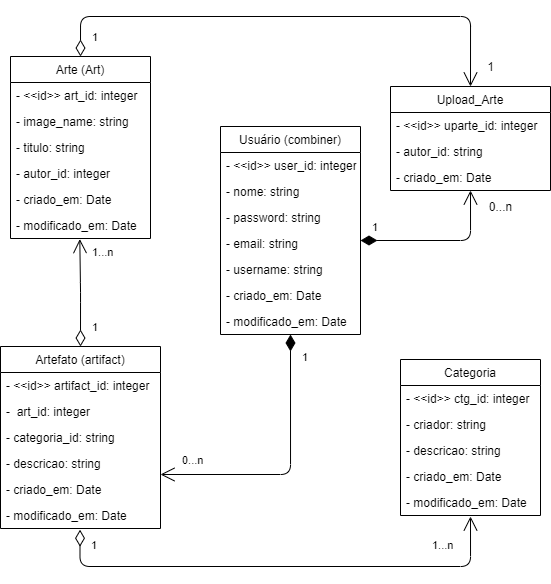
JoaoPGoes/combine keeps this draw.io diagram as resources/combine-uml.png. Above is the earlier version. Source tidied: cells renumbered, new cells last; positions are measured from the earlier drawing's top-left corner, leaving out a move shared by most shapes. Source of this version:
```xml
<mxGraphModel>
  <root>
    <mxCell id="0" />
    <mxCell id="1" parent="0" />
    <mxCell id="2" value="Usuário (combiner)" style="swimlane;fontStyle=0;horizontal=1;startSize=26;fillColor=none;" parent="1" vertex="1">
      <mxGeometry x="220" y="110" width="140" height="208" as="geometry" />
    </mxCell>
    <mxCell id="3" value="- &lt;&lt;id&gt;&gt; user_id: integer" style="text;strokeColor=none;fillColor=none;align=left;verticalAlign=top;spacingLeft=4;spacingRight=4;overflow=hidden;" parent="2" vertex="1">
      <mxGeometry y="26" width="140" height="26" as="geometry" />
    </mxCell>
    <mxCell id="4" value="- nome: string" style="text;strokeColor=none;fillColor=none;align=left;verticalAlign=top;spacingLeft=4;spacingRight=4;overflow=hidden;" parent="2" vertex="1">
      <mxGeometry y="52" width="140" height="26" as="geometry" />
    </mxCell>
    <mxCell id="5" value="- password: string" style="text;strokeColor=none;fillColor=none;align=left;verticalAlign=top;spacingLeft=4;spacingRight=4;overflow=hidden;" parent="2" vertex="1">
      <mxGeometry y="78" width="140" height="26" as="geometry" />
    </mxCell>
    <mxCell id="6" value="- email: string" style="text;strokeColor=none;fillColor=none;align=left;verticalAlign=top;spacingLeft=4;spacingRight=4;overflow=hidden;" parent="2" vertex="1">
      <mxGeometry y="104" width="140" height="26" as="geometry" />
    </mxCell>
    <mxCell id="7" value="- username: string" style="text;strokeColor=none;fillColor=none;align=left;verticalAlign=top;spacingLeft=4;spacingRight=4;overflow=hidden;" parent="2" vertex="1">
      <mxGeometry y="130" width="140" height="26" as="geometry" />
    </mxCell>
    <mxCell id="8" value="- criado_em: Date" style="text;strokeColor=none;fillColor=none;align=left;verticalAlign=top;spacingLeft=4;spacingRight=4;overflow=hidden;" parent="2" vertex="1">
      <mxGeometry y="156" width="140" height="26" as="geometry" />
    </mxCell>
    <mxCell id="9" value="- modificado_em: Date" style="text;strokeColor=none;fillColor=none;align=left;verticalAlign=top;spacingLeft=4;spacingRight=4;overflow=hidden;" parent="2" vertex="1">
      <mxGeometry y="182" width="140" height="26" as="geometry" />
    </mxCell>
    <mxCell id="10" value="Artefato (artifact)" style="swimlane;fontStyle=0;horizontal=1;startSize=26;fillColor=none;" parent="1" vertex="1">
      <mxGeometry y="330" width="160" height="182" as="geometry" />
    </mxCell>
    <mxCell id="11" value="- &lt;&lt;id&gt;&gt; artifact_id: integer" style="text;strokeColor=none;fillColor=none;align=left;verticalAlign=top;spacingLeft=4;spacingRight=4;overflow=hidden;" parent="10" vertex="1">
      <mxGeometry y="26" width="160" height="26" as="geometry" />
    </mxCell>
    <mxCell id="12" value="-  art_id: integer" style="text;strokeColor=none;fillColor=none;align=left;verticalAlign=top;spacingLeft=4;spacingRight=4;overflow=hidden;" parent="10" vertex="1">
      <mxGeometry y="52" width="160" height="26" as="geometry" />
    </mxCell>
    <mxCell id="13" value="- categoria_id: string" style="text;strokeColor=none;fillColor=none;align=left;verticalAlign=top;spacingLeft=4;spacingRight=4;overflow=hidden;" parent="10" vertex="1">
      <mxGeometry y="78" width="160" height="26" as="geometry" />
    </mxCell>
    <mxCell id="14" value="- descricao: string" style="text;strokeColor=none;fillColor=none;align=left;verticalAlign=top;spacingLeft=4;spacingRight=4;overflow=hidden;" parent="10" vertex="1">
      <mxGeometry y="104" width="160" height="26" as="geometry" />
    </mxCell>
    <mxCell id="15" value="- criado_em: Date" style="text;strokeColor=none;fillColor=none;align=left;verticalAlign=top;spacingLeft=4;spacingRight=4;overflow=hidden;" parent="10" vertex="1">
      <mxGeometry y="130" width="160" height="26" as="geometry" />
    </mxCell>
    <mxCell id="16" value="- modificado_em: Date" style="text;strokeColor=none;fillColor=none;align=left;verticalAlign=top;spacingLeft=4;spacingRight=4;overflow=hidden;points=[[0,0.5],[1,0.5]];portConstraint=eastwest;" parent="10" vertex="1">
      <mxGeometry y="156" width="160" height="26" as="geometry" />
    </mxCell>
    <mxCell id="17" value="Categoria" style="swimlane;fontStyle=0;horizontal=1;startSize=26;fillColor=none;" parent="1" vertex="1">
      <mxGeometry x="400" y="343" width="140" height="156" as="geometry" />
    </mxCell>
    <mxCell id="18" value="- &lt;&lt;id&gt;&gt; ctg_id: integer" style="text;strokeColor=none;fillColor=none;align=left;verticalAlign=top;spacingLeft=4;spacingRight=4;overflow=hidden;" parent="17" vertex="1">
      <mxGeometry y="26" width="140" height="26" as="geometry" />
    </mxCell>
    <mxCell id="19" value="- criador: string" style="text;strokeColor=none;fillColor=none;align=left;verticalAlign=top;spacingLeft=4;spacingRight=4;overflow=hidden;" parent="17" vertex="1">
      <mxGeometry y="52" width="140" height="26" as="geometry" />
    </mxCell>
    <mxCell id="20" value="- descricao: string" style="text;strokeColor=none;fillColor=none;align=left;verticalAlign=top;spacingLeft=4;spacingRight=4;overflow=hidden;" parent="17" vertex="1">
      <mxGeometry y="78" width="140" height="26" as="geometry" />
    </mxCell>
    <mxCell id="21" value="- criado_em: Date" style="text;strokeColor=none;fillColor=none;align=left;verticalAlign=top;spacingLeft=4;spacingRight=4;overflow=hidden;" parent="17" vertex="1">
      <mxGeometry y="104" width="140" height="26" as="geometry" />
    </mxCell>
    <mxCell id="22" value="- modificado_em: Date" style="text;strokeColor=none;fillColor=none;align=left;verticalAlign=top;spacingLeft=4;spacingRight=4;overflow=hidden;" parent="17" vertex="1">
      <mxGeometry y="130" width="140" height="26" as="geometry" />
    </mxCell>
    <mxCell id="23" value="Arte (Art)" style="swimlane;fontStyle=0;horizontal=1;startSize=26;fillColor=none;" parent="1" vertex="1">
      <mxGeometry x="10" y="40" width="140" height="182" as="geometry" />
    </mxCell>
    <mxCell id="24" value="- &lt;&lt;id&gt;&gt; art_id: integer" style="text;strokeColor=none;fillColor=none;align=left;verticalAlign=top;spacingLeft=4;spacingRight=4;overflow=hidden;" parent="23" vertex="1">
      <mxGeometry y="26" width="140" height="26" as="geometry" />
    </mxCell>
    <mxCell id="25" value="- image_name: string" style="text;strokeColor=none;fillColor=none;align=left;verticalAlign=top;spacingLeft=4;spacingRight=4;overflow=hidden;" parent="23" vertex="1">
      <mxGeometry y="52" width="140" height="26" as="geometry" />
    </mxCell>
    <mxCell id="26" value="- titulo: string" style="text;strokeColor=none;fillColor=none;align=left;verticalAlign=top;spacingLeft=4;spacingRight=4;overflow=hidden;" parent="23" vertex="1">
      <mxGeometry y="78" width="140" height="26" as="geometry" />
    </mxCell>
    <mxCell id="27" value="- autor_id: integer" style="text;strokeColor=none;fillColor=none;align=left;verticalAlign=top;spacingLeft=4;spacingRight=4;overflow=hidden;" parent="23" vertex="1">
      <mxGeometry y="104" width="140" height="26" as="geometry" />
    </mxCell>
    <mxCell id="28" value="- criado_em: Date" style="text;strokeColor=none;fillColor=none;align=left;verticalAlign=top;spacingLeft=4;spacingRight=4;overflow=hidden;" parent="23" vertex="1">
      <mxGeometry y="130" width="140" height="26" as="geometry" />
    </mxCell>
    <mxCell id="29" value="- modificado_em: Date" style="text;strokeColor=none;fillColor=none;align=left;verticalAlign=top;spacingLeft=4;spacingRight=4;overflow=hidden;points=[[0,0.5],[1,0.5]];portConstraint=eastwest;" parent="23" vertex="1">
      <mxGeometry y="156" width="140" height="26" as="geometry" />
    </mxCell>
    <mxCell id="30" value="Upload_Arte" style="swimlane;fontStyle=0;horizontal=1;startSize=26;fillColor=none;" parent="1" vertex="1">
      <mxGeometry x="390" y="70" width="160" height="104" as="geometry" />
    </mxCell>
    <mxCell id="31" value="- &lt;&lt;id&gt;&gt; uparte_id: integer" style="text;strokeColor=none;fillColor=none;align=left;verticalAlign=top;spacingLeft=4;spacingRight=4;overflow=hidden;" parent="30" vertex="1">
      <mxGeometry y="26" width="160" height="26" as="geometry" />
    </mxCell>
    <mxCell id="32" value="- autor_id: string" style="text;strokeColor=none;fillColor=none;align=left;verticalAlign=top;spacingLeft=4;spacingRight=4;overflow=hidden;" parent="30" vertex="1">
      <mxGeometry y="52" width="160" height="26" as="geometry" />
    </mxCell>
    <mxCell id="33" value="- criado_em: Date" style="text;strokeColor=none;fillColor=none;align=left;verticalAlign=top;spacingLeft=4;spacingRight=4;overflow=hidden;" parent="30" vertex="1">
      <mxGeometry y="78" width="160" height="26" as="geometry" />
    </mxCell>
    <mxCell id="34" value="1" style="endArrow=open;html=1;endSize=12;startArrow=diamondThin;startSize=14;startFill=0;edgeStyle=orthogonalEdgeStyle;align=left;verticalAlign=bottom;exitX=0.497;exitY=1.047;exitDx=0;exitDy=0;exitPerimeter=0;" parent="1" edge="1" source="16">
      <mxGeometry x="-0.9" y="10" relative="1" as="geometry">
        <mxPoint x="470" y="500" as="targetPoint" />
        <Array as="points">
          <mxPoint x="79" y="550" />
          <mxPoint x="470" y="550" />
        </Array>
      </mxGeometry>
    </mxCell>
    <mxCell id="35" value="&lt;span style=&quot;color: rgb(0 , 0 , 0) ; font-family: &amp;#34;helvetica&amp;#34; ; font-size: 11px ; font-style: normal ; font-weight: 400 ; letter-spacing: normal ; text-align: left ; text-indent: 0px ; text-transform: none ; word-spacing: 0px ; background-color: rgb(255 , 255 , 255) ; display: inline ; float: none&quot;&gt;1...n&lt;/span&gt;" style="text;whiteSpace=wrap;html=1;" parent="1" vertex="1">
      <mxGeometry x="430" y="515" width="30" height="20" as="geometry" />
    </mxCell>
    <mxCell id="36" value="&lt;span style=&quot;color: rgb(0 , 0 , 0) ; font-family: &amp;#34;helvetica&amp;#34; ; font-size: 11px ; font-style: normal ; font-weight: 400 ; letter-spacing: normal ; text-align: left ; text-indent: 0px ; text-transform: none ; word-spacing: 0px ; background-color: rgb(255 , 255 , 255) ; display: inline ; float: none&quot;&gt;1...n&lt;/span&gt;" style="text;whiteSpace=wrap;html=1;" parent="1" vertex="1">
      <mxGeometry x="90" y="222" width="30" height="30" as="geometry" />
    </mxCell>
    <mxCell id="37" value="1" style="endArrow=open;html=1;endSize=12;startArrow=diamondThin;startSize=14;startFill=1;edgeStyle=orthogonalEdgeStyle;align=left;verticalAlign=bottom;" parent="1" edge="1">
      <mxGeometry x="-0.76" y="10" relative="1" as="geometry">
        <mxPoint x="290" y="318" as="sourcePoint" />
        <mxPoint x="160" y="458" as="targetPoint" />
        <Array as="points">
          <mxPoint x="290" y="458" />
        </Array>
      </mxGeometry>
    </mxCell>
    <mxCell id="38" value="&lt;span style=&quot;color: rgb(0 , 0 , 0) ; font-family: &amp;#34;helvetica&amp;#34; ; font-size: 11px ; font-style: normal ; font-weight: 400 ; letter-spacing: normal ; text-align: left ; text-indent: 0px ; text-transform: none ; word-spacing: 0px ; background-color: rgb(255 , 255 , 255) ; display: inline ; float: none&quot;&gt;0...n&lt;/span&gt;" style="text;whiteSpace=wrap;html=1;" parent="1" vertex="1">
      <mxGeometry x="180" y="430" width="30" height="20" as="geometry" />
    </mxCell>
    <mxCell id="39" value="1" style="endArrow=open;html=1;endSize=12;startArrow=diamondThin;startSize=14;startFill=0;edgeStyle=orthogonalEdgeStyle;align=left;verticalAlign=bottom;entryX=0.5;entryY=0;entryDx=0;entryDy=0;exitX=0.5;exitY=0;exitDx=0;exitDy=0;exitPerimeter=0;" parent="1" edge="1" source="23" target="30">
      <mxGeometry x="-0.96" y="-10" relative="1" as="geometry">
        <Array as="points">
          <mxPoint x="80" />
          <mxPoint x="470" />
        </Array>
      </mxGeometry>
    </mxCell>
    <mxCell id="40" value="1" style="text;html=1;align=center;verticalAlign=middle;strokeColor=none;" parent="1" vertex="1">
      <mxGeometry x="480" y="40" width="20" height="20" as="geometry" />
    </mxCell>
    <mxCell id="41" value="1" style="endArrow=open;html=1;endSize=12;startArrow=diamondThin;startSize=14;startFill=1;edgeStyle=orthogonalEdgeStyle;align=left;verticalAlign=bottom;" parent="1" edge="1">
      <mxGeometry x="-0.88" y="4" relative="1" as="geometry">
        <mxPoint x="360" y="224" as="sourcePoint" />
        <mxPoint x="470" y="174" as="targetPoint" />
      </mxGeometry>
    </mxCell>
    <mxCell id="42" value="0...n" style="text;html=1;align=center;verticalAlign=middle;strokeColor=none;" parent="1" vertex="1">
      <mxGeometry x="480" y="180" width="40" height="20" as="geometry" />
    </mxCell>
    <mxCell id="43" value="1" style="endArrow=open;html=1;endSize=12;startArrow=diamondThin;startSize=14;startFill=0;edgeStyle=orthogonalEdgeStyle;align=left;verticalAlign=bottom;exitX=0.5;exitY=0;exitDx=0;exitDy=0;entryX=0.495;entryY=1.023;entryDx=0;entryDy=0;entryPerimeter=0;" parent="1" edge="1" source="10" target="29">
      <mxGeometry x="-0.81" y="-10" relative="1" as="geometry" />
    </mxCell>
  </root>
</mxGraphModel>
```
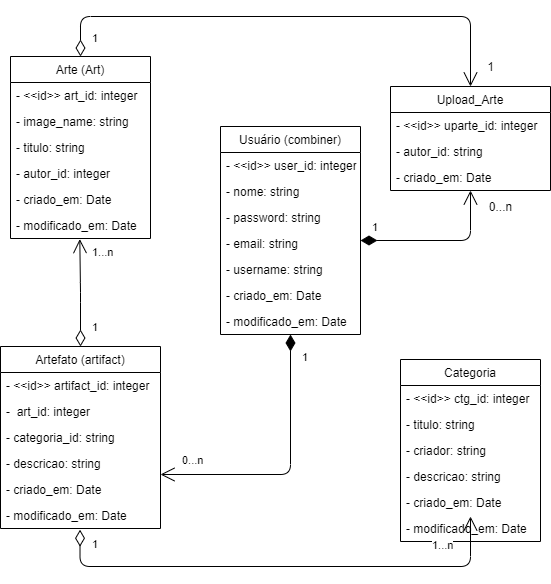
Later version of the same file.

The edit, as a diff of the source:
```diff
@@ -48,22 +48,25 @@
       <mxGeometry y="156" width="160" height="26" as="geometry" />
     </mxCell>
     <mxCell id="17" value="Categoria" style="swimlane;fontStyle=0;horizontal=1;startSize=26;fillColor=none;" parent="1" vertex="1">
-      <mxGeometry x="400" y="343" width="140" height="156" as="geometry" />
+      <mxGeometry x="400" y="343" width="140" height="182" as="geometry" />
     </mxCell>
     <mxCell id="18" value="- &lt;&lt;id&gt;&gt; ctg_id: integer" style="text;strokeColor=none;fillColor=none;align=left;verticalAlign=top;spacingLeft=4;spacingRight=4;overflow=hidden;" parent="17" vertex="1">
       <mxGeometry y="26" width="140" height="26" as="geometry" />
     </mxCell>
+    <mxCell id="44" value="- titulo: string" style="text;strokeColor=none;fillColor=none;align=left;verticalAlign=top;spacingLeft=4;spacingRight=4;overflow=hidden;" parent="17" vertex="1">
+      <mxGeometry y="52" width="140" height="26" as="geometry" />
+    </mxCell>
     <mxCell id="19" value="- criador: string" style="text;strokeColor=none;fillColor=none;align=left;verticalAlign=top;spacingLeft=4;spacingRight=4;overflow=hidden;" parent="17" vertex="1">
-      <mxGeometry y="52" width="140" height="26" as="geometry" />
+      <mxGeometry y="78" width="140" height="26" as="geometry" />
     </mxCell>
     <mxCell id="20" value="- descricao: string" style="text;strokeColor=none;fillColor=none;align=left;verticalAlign=top;spacingLeft=4;spacingRight=4;overflow=hidden;" parent="17" vertex="1">
-      <mxGeometry y="78" width="140" height="26" as="geometry" />
+      <mxGeometry y="104" width="140" height="26" as="geometry" />
     </mxCell>
     <mxCell id="21" value="- criado_em: Date" style="text;strokeColor=none;fillColor=none;align=left;verticalAlign=top;spacingLeft=4;spacingRight=4;overflow=hidden;" parent="17" vertex="1">
-      <mxGeometry y="104" width="140" height="26" as="geometry" />
+      <mxGeometry y="130" width="140" height="26" as="geometry" />
     </mxCell>
     <mxCell id="22" value="- modificado_em: Date" style="text;strokeColor=none;fillColor=none;align=left;verticalAlign=top;spacingLeft=4;spacingRight=4;overflow=hidden;" parent="17" vertex="1">
-      <mxGeometry y="130" width="140" height="26" as="geometry" />
+      <mxGeometry y="156" width="140" height="26" as="geometry" />
     </mxCell>
     <mxCell id="23" value="Arte (Art)" style="swimlane;fontStyle=0;horizontal=1;startSize=26;fillColor=none;" parent="1" vertex="1">
       <mxGeometry x="10" y="40" width="140" height="182" as="geometry" />
```
